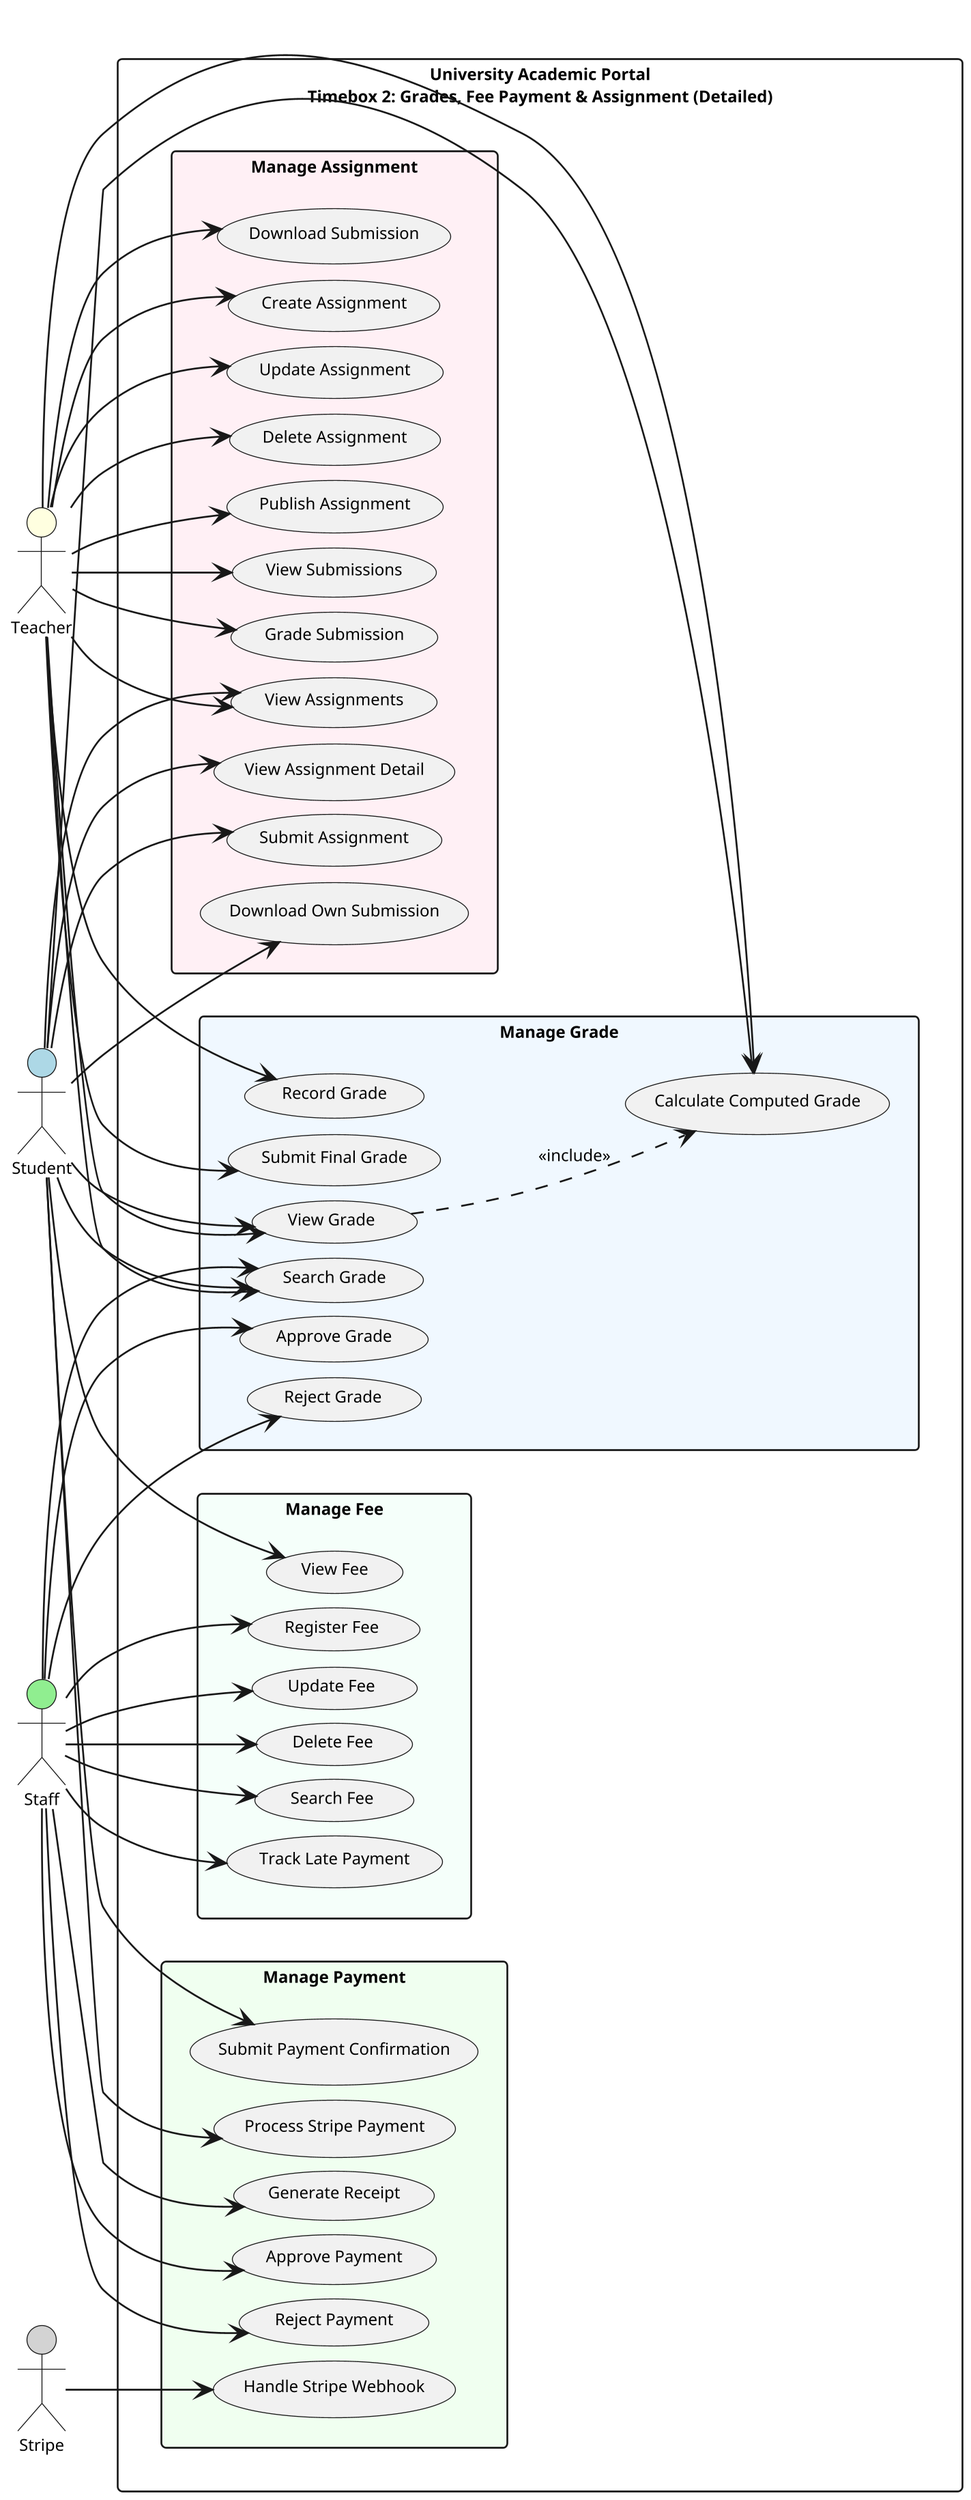
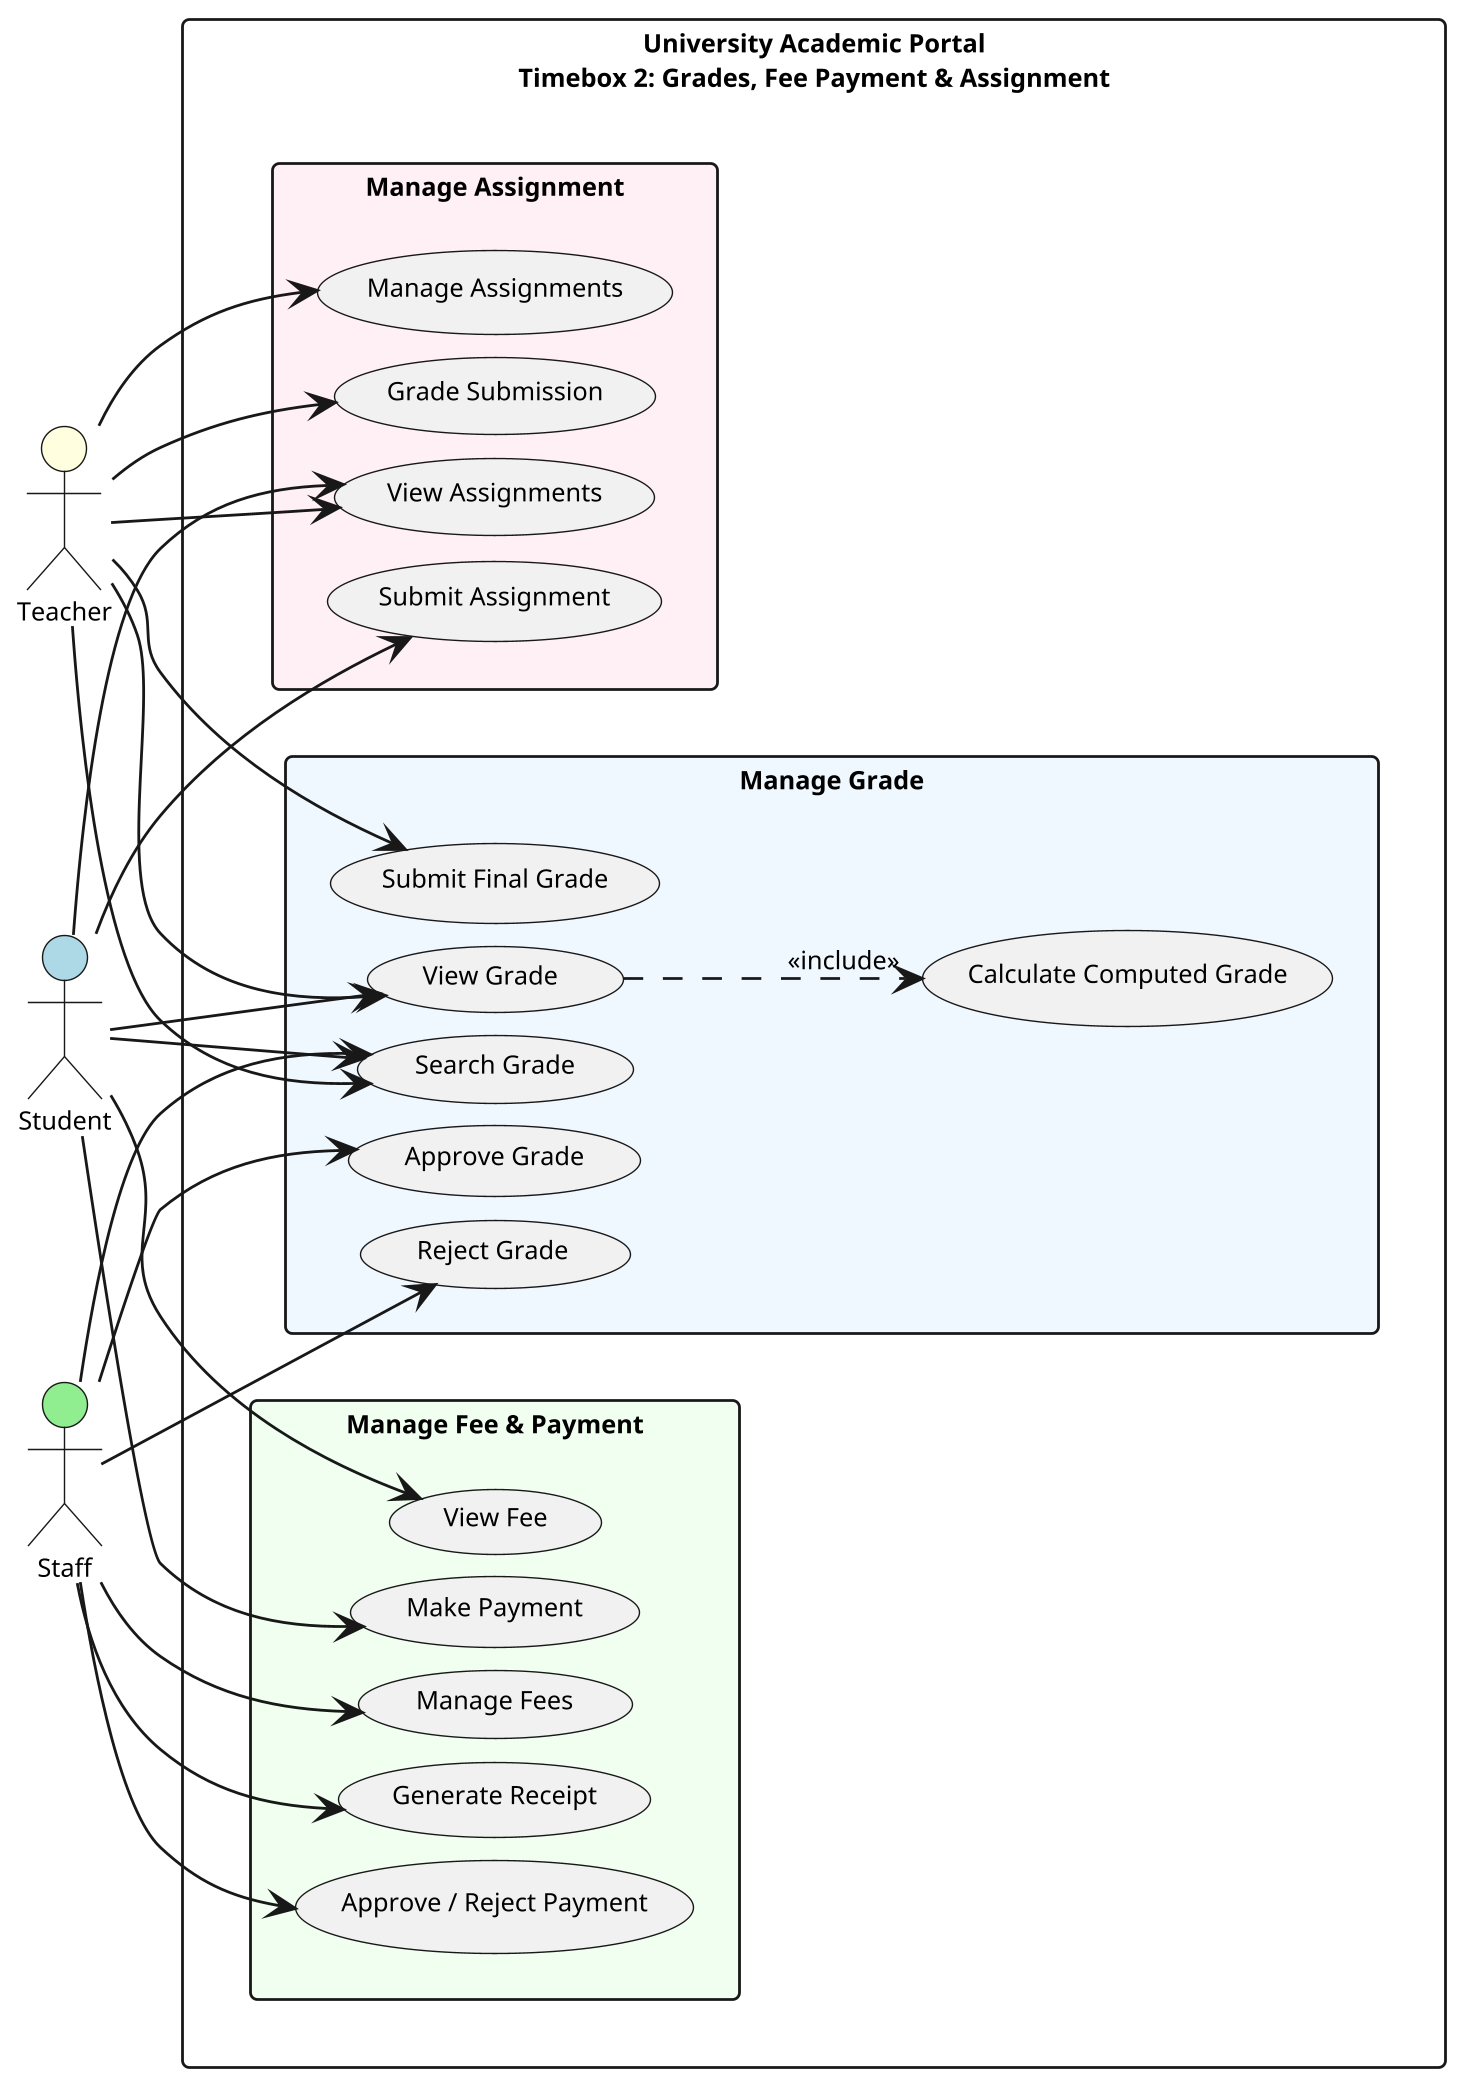
@startuml Timebox2_UseCaseDiagram
left to right direction
skinparam packageStyle rectangle
skinparam shadowing false
skinparam dpi 300

- scale 0.85
+ scale 0.9
skinparam defaultFontSize 9
- skinparam ranksep 8
+ skinparam ranksep 10
skinparam nodesep 8
- skinparam RectanglePadding 5
+ skinparam RectanglePadding 8

actor Student #LightBlue
actor Teacher #LightYellow
- actor Staff   #LightGreen
- actor Stripe  #LightGray
+ actor Staff #LightGreen

- rectangle "University Academic Portal\nTimebox 2: Grades, Fee Payment & Assignment (Detailed)" #White {
+ rectangle "University Academic Portal\nTimebox 2: Grades, Fee Payment & Assignment" #White {
+ 
+   rectangle "Manage Assignment" #LavenderBlush {
+     usecase "Submit Assignment" as UC_SubmitAssignment
+     usecase "View Assignments" as UC_ViewAssignments
+     usecase "Manage Assignments" as UC_ManageAssignments
+     usecase "Grade Submission" as UC_GradeSubmission
+   }

  rectangle "Manage Grade" #AliceBlue {
-     usecase "Record Grade" as UC1a
-     usecase "Submit Final Grade" as UC1
-     usecase "Approve Grade" as UC2a
-     usecase "Reject Grade" as UC2b
-     usecase "View Grade" as UC3
-     usecase "Search Grade" as UC4
-     usecase "Calculate Computed Grade" as UC7
+     usecase "View Grade" as UC_ViewGrade
+     usecase "Submit Final Grade" as UC_SubmitFinalGrade
+     usecase "Search Grade" as UC_SearchGrade
+     usecase "Approve Grade" as UC_ApproveGrade
+     usecase "Reject Grade" as UC_RejectGrade
+     usecase "Calculate Computed Grade" as UC_CalculateComputedGrade
  }

-   rectangle "Manage Fee" #MintCream {
-     usecase "Register Fee" as UC5a
-     usecase "Update Fee" as UC5b
-     usecase "Delete Fee" as UC5c
-     usecase "Search Fee" as UC5d
-     usecase "View Fee" as UC5
-     usecase "Track Late Payment" as UC5e
-   }
- 
-   rectangle "Manage Payment" #Honeydew {
-     usecase "Submit Payment Confirmation" as UC6a
-     usecase "Process Stripe Payment" as UC6b
-     usecase "Approve Payment" as UC6c
-     usecase "Reject Payment" as UC6d
-     usecase "Handle Stripe Webhook" as UC6f
-     usecase "Generate Receipt" as UC6e
-   }
- 
-   rectangle "Manage Assignment" #LavenderBlush {
-     usecase "Create Assignment" as UC10a
-     usecase "Update Assignment" as UC10b
-     usecase "Delete Assignment" as UC10c
-     usecase "Publish Assignment" as UC10d
-     usecase "View Assignments" as UC13
-     usecase "View Submissions" as UC10e
-     usecase "Grade Submission" as UC12
-     usecase "Download Submission" as UC10f
-     usecase "View Assignment Detail" as UC11c
-     usecase "Submit Assignment" as UC11
-     usecase "Download Own Submission" as UC11b
+   rectangle "Manage Fee & Payment" #Honeydew {
+     usecase "View Fee" as UC_ViewFee
+     usecase "Make Payment" as UC_MakePayment
+     usecase "Manage Fees" as UC_ManageFees
+     usecase "Generate Receipt" as UC_GenerateReceipt
+     usecase "Approve / Reject Payment" as UC_ApproveRejectPayment
  }
}

- ' Optional UML relationship: Viewing grade includes computing grade
- UC3 ..> UC7 : <<include>>
+ UC_ViewGrade ..> UC_CalculateComputedGrade : <<include>>

- ' Student
- Student --> UC3
- Student --> UC4
- Student --> UC7
- Student --> UC5
- Student --> UC6a
- Student --> UC6b
- Student --> UC11c
- Student --> UC11
- Student --> UC11b
- Student --> UC13
+ Student --> UC_SubmitAssignment
+ Student --> UC_ViewAssignments
+ Student --> UC_ViewGrade
+ Student --> UC_SearchGrade
+ Student --> UC_ViewFee
+ Student --> UC_MakePayment

- ' Teacher
- Teacher --> UC1a
- Teacher --> UC1
- Teacher --> UC3
- Teacher --> UC4
- Teacher --> UC7
- Teacher --> UC10a
- Teacher --> UC10b
- Teacher --> UC10c
- Teacher --> UC10d
- Teacher --> UC10e
- Teacher --> UC10f
- Teacher --> UC12
- Teacher --> UC13
+ Teacher --> UC_ViewAssignments
+ Teacher --> UC_ManageAssignments
+ Teacher --> UC_GradeSubmission
+ Teacher --> UC_ViewGrade
+ Teacher --> UC_SubmitFinalGrade
+ Teacher --> UC_SearchGrade

- ' Staff
- Staff --> UC2a
- Staff --> UC2b
- Staff --> UC4
- Staff --> UC5a
- Staff --> UC5b
- Staff --> UC5c
- Staff --> UC5d
- Staff --> UC5e
- Staff --> UC6c
- Staff --> UC6d
- Staff --> UC6e
- 
- ' Stripe webhook callback
- Stripe --> UC6f
+ Staff --> UC_SearchGrade
+ Staff --> UC_ApproveGrade
+ Staff --> UC_RejectGrade
+ Staff --> UC_ManageFees
+ Staff --> UC_GenerateReceipt
+ Staff --> UC_ApproveRejectPayment

@enduml
